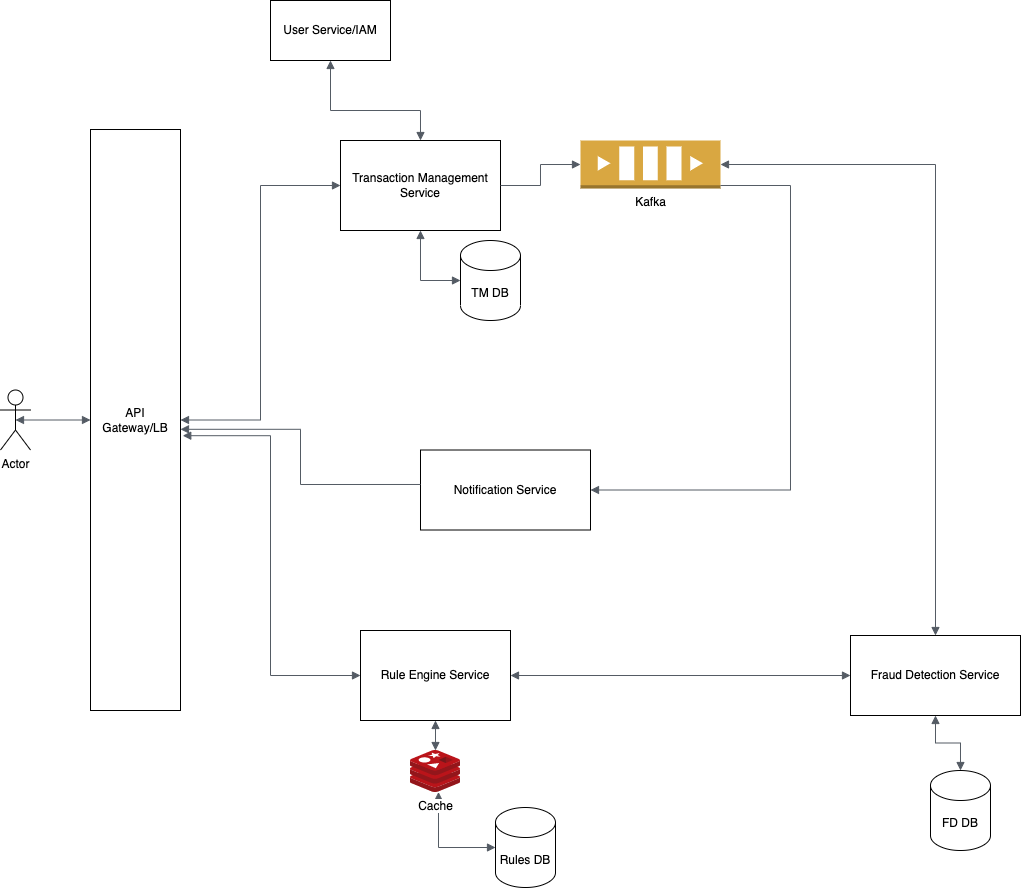
Before: fraud detection.drawio.png, a diagram exported from draw.io (maupreti/desgn-diagrams). Source tidied: cells renumbered, new cells last; positions are measured from the earlier drawing's top-left corner, leaving out a move shared by most shapes.
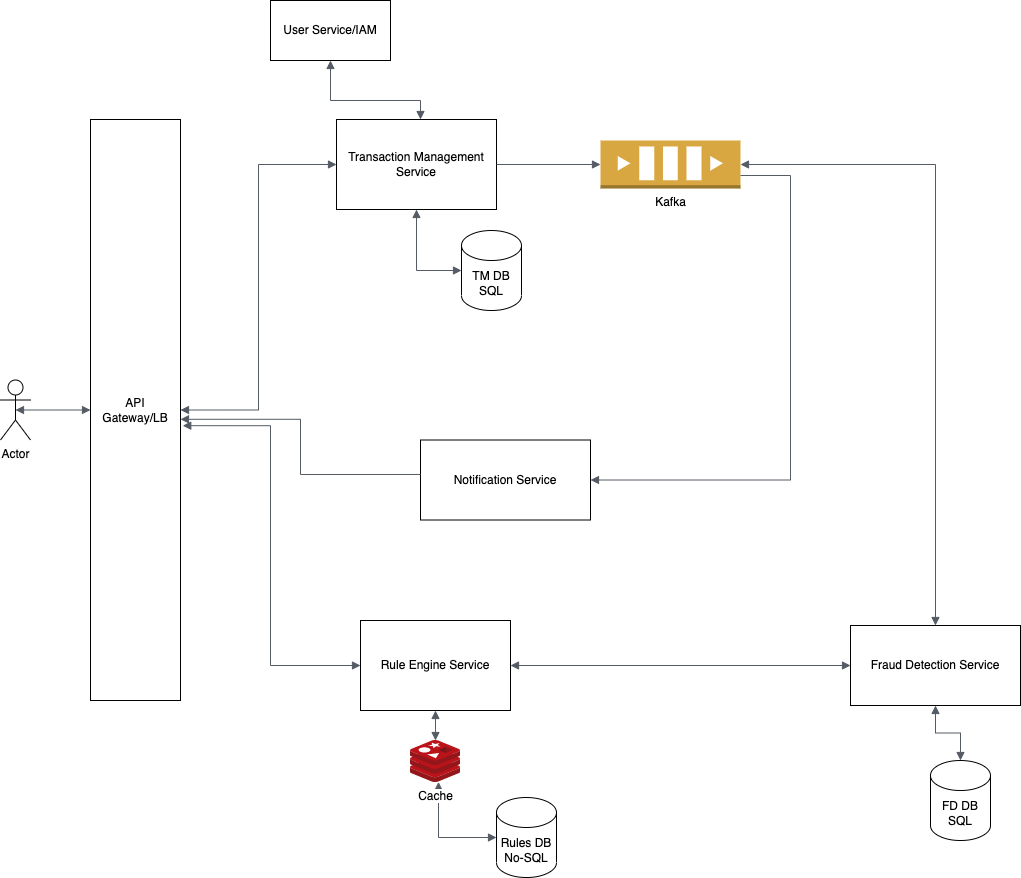
Later version of the same file.

Change to the diagram source:
```diff
@@ -3,7 +3,7 @@
     <mxCell id="0" />
     <mxCell id="1" parent="0" />
     <mxCell id="2" value="User Service/IAM" style="rounded=0;whiteSpace=wrap;html=1;" parent="1" vertex="1">
-      <mxGeometry x="270" width="120" height="60" as="geometry" />
+      <mxGeometry x="270" y="10" width="120" height="60" as="geometry" />
     </mxCell>
     <mxCell id="3" value="API Gateway/LB" style="rounded=0;whiteSpace=wrap;html=1;" parent="1" vertex="1">
       <mxGeometry x="90" y="129" width="90" height="581" as="geometry" />
@@ -15,7 +15,7 @@
       <mxGeometry relative="1" as="geometry" />
     </mxCell>
     <mxCell id="6" value="Transaction Management Service" style="rounded=0;whiteSpace=wrap;html=1;" parent="1" vertex="1">
-      <mxGeometry x="340" y="140" width="160" height="90" as="geometry" />
+      <mxGeometry x="336" y="129" width="160" height="90" as="geometry" />
     </mxCell>
     <mxCell id="7" value="Notification Service" style="rounded=0;whiteSpace=wrap;html=1;" parent="1" vertex="1">
       <mxGeometry x="420" y="449.5" width="170" height="80" as="geometry" />
@@ -23,8 +23,8 @@
     <mxCell id="8" value="Rule Engine Service" style="rounded=0;whiteSpace=wrap;html=1;" parent="1" vertex="1">
       <mxGeometry x="360" y="630" width="150" height="90" as="geometry" />
     </mxCell>
-    <mxCell id="9" value="TM DB" style="shape=cylinder3;whiteSpace=wrap;html=1;boundedLbl=1;backgroundOutline=1;size=15;" parent="1" vertex="1">
-      <mxGeometry x="460" y="240" width="60" height="80" as="geometry" />
+    <mxCell id="9" value="TM DB&lt;br&gt;SQL" style="shape=cylinder3;whiteSpace=wrap;html=1;boundedLbl=1;backgroundOutline=1;size=15;" parent="1" vertex="1">
+      <mxGeometry x="461" y="240" width="60" height="80" as="geometry" />
     </mxCell>
     <mxCell id="10" style="edgeStyle=orthogonalEdgeStyle;html=1;endArrow=block;elbow=vertical;startArrow=block;startFill=1;endFill=1;strokeColor=#545B64;rounded=0;entryX=0;entryY=0.5;entryDx=0;entryDy=0;entryPerimeter=0;exitX=0.5;exitY=1;exitDx=0;exitDy=0;" parent="1" edge="1" source="6" target="9">
       <mxGeometry relative="1" as="geometry" />
@@ -40,8 +40,8 @@
     <mxCell id="12" style="edgeStyle=orthogonalEdgeStyle;html=1;endArrow=block;elbow=vertical;startArrow=block;startFill=1;endFill=1;strokeColor=#545B64;rounded=0;exitX=1;exitY=0.5;exitDx=0;exitDy=0;entryX=0;entryY=0.5;entryDx=0;entryDy=0;" parent="1" edge="1" source="3" target="6">
       <mxGeometry relative="1" as="geometry" />
     </mxCell>
-    <mxCell id="13" value="Rules DB" style="shape=cylinder3;whiteSpace=wrap;html=1;boundedLbl=1;backgroundOutline=1;size=15;" parent="1" vertex="1">
-      <mxGeometry x="495" y="807" width="60" height="80" as="geometry" />
+    <mxCell id="13" value="Rules DB No-SQL" style="shape=cylinder3;whiteSpace=wrap;html=1;boundedLbl=1;backgroundOutline=1;size=15;" parent="1" vertex="1">
+      <mxGeometry x="496" y="807" width="60" height="80" as="geometry" />
     </mxCell>
     <mxCell id="14" style="edgeStyle=orthogonalEdgeStyle;html=1;endArrow=block;elbow=vertical;startArrow=block;startFill=1;endFill=1;strokeColor=#545B64;rounded=0;entryX=0;entryY=0.5;entryDx=0;entryDy=0;entryPerimeter=0;exitX=0.56;exitY=0.988;exitDx=0;exitDy=0;exitPerimeter=0;" parent="1" edge="1" source="15" target="13">
       <mxGeometry relative="1" as="geometry" />
@@ -59,7 +59,7 @@
       <mxGeometry x="850" y="635" width="170" height="80" as="geometry" />
     </mxCell>
     <mxCell id="19" value="Kafka" style="outlineConnect=0;dashed=0;verticalLabelPosition=bottom;verticalAlign=top;align=center;html=1;shape=mxgraph.aws3.queue;fillColor=#D9A741;gradientColor=none;" parent="1" vertex="1">
-      <mxGeometry x="580" y="140" width="140" height="48" as="geometry" />
+      <mxGeometry x="600" y="150" width="140" height="48" as="geometry" />
     </mxCell>
     <mxCell id="20" style="edgeStyle=orthogonalEdgeStyle;html=1;endArrow=block;elbow=vertical;startArrow=none;endFill=1;strokeColor=#545B64;rounded=0;exitX=1;exitY=0.5;exitDx=0;exitDy=0;entryX=0;entryY=0.5;entryDx=0;entryDy=0;entryPerimeter=0;" parent="1" edge="1" source="6" target="19">
       <mxGeometry relative="1" as="geometry" />
@@ -67,7 +67,7 @@
     <mxCell id="21" style="edgeStyle=orthogonalEdgeStyle;html=1;endArrow=block;elbow=vertical;startArrow=block;startFill=1;endFill=1;strokeColor=#545B64;rounded=0;entryX=1;entryY=0.5;entryDx=0;entryDy=0;entryPerimeter=0;exitX=0.5;exitY=0;exitDx=0;exitDy=0;" parent="1" edge="1" source="18" target="19">
       <mxGeometry relative="1" as="geometry" />
     </mxCell>
-    <mxCell id="22" value="FD DB" style="shape=cylinder3;whiteSpace=wrap;html=1;boundedLbl=1;backgroundOutline=1;size=15;" parent="1" vertex="1">
+    <mxCell id="22" value="FD DB&lt;br&gt;SQL" style="shape=cylinder3;whiteSpace=wrap;html=1;boundedLbl=1;backgroundOutline=1;size=15;" parent="1" vertex="1">
       <mxGeometry x="930" y="770" width="60" height="80" as="geometry" />
     </mxCell>
     <mxCell id="23" style="edgeStyle=orthogonalEdgeStyle;html=1;endArrow=block;elbow=vertical;startArrow=block;startFill=1;endFill=1;strokeColor=#545B64;rounded=0;exitX=0.5;exitY=1;exitDx=0;exitDy=0;" parent="1" edge="1" source="18" target="22">
```
